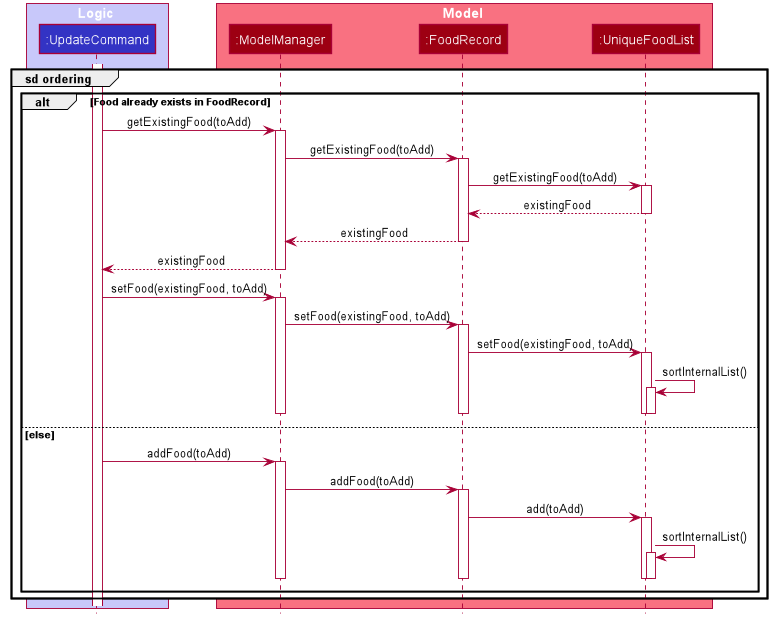
Earlier version of the PlantUML export images/LexicographicalOrderingUpdateSequenceDiagram.png (AY1920S2-CS2103T-F11-1/main). Its diagram source:
```plantuml
@startuml








skinparam BackgroundColor #FFFFFFF

skinparam Shadowing false

skinparam Class {
    FontColor #FFFFFF
    BorderThickness 1
    BorderColor #FFFFFF
    StereotypeFontColor #FFFFFF
    FontName Arial
}

skinparam Actor {
    BorderColor #000000
    Color #000000
    FontName Arial
}

skinparam Sequence {
    MessageAlign center
    BoxFontSize 15
    BoxPadding 0
    BoxFontColor #FFFFFF
    FontName Arial
}

skinparam Participant {
    FontColor #FFFFFFF
    Padding 20
}

skinparam MinClassWidth 50
skinparam ParticipantPadding 10
skinparam Shadowing false
skinparam DefaultTextAlignment center
skinparam packageStyle Rectangle

hide footbox
hide members
hide circle

box Logic #C8C8FA
participant ":UpdateCommand" as UpdateCommand #3333C4
end box

box Model #F97181
participant ":ModelManager" as ModelManager #9D0012
participant ":FoodRecord" as FoodRecord #9D0012
participant ":UniqueFoodList" as UniqueFoodList #9D0012
end box

activate UpdateCommand

group sd ordering

alt Food already exists in FoodRecord

    UpdateCommand -> ModelManager : getExistingFood(toAdd)
    activate ModelManager
    ModelManager -> FoodRecord : getExistingFood(toAdd)
    activate FoodRecord
    FoodRecord -> UniqueFoodList : getExistingFood(toAdd)
    activate UniqueFoodList
    UniqueFoodList --> FoodRecord : existingFood
    deactivate UniqueFoodList
    FoodRecord --> ModelManager : existingFood
    deactivate FoodRecord
    ModelManager --> UpdateCommand : existingFood
    deactivate ModelManager

    UpdateCommand -> ModelManager : setFood(existingFood, toAdd)
    activate ModelManager
    ModelManager -> FoodRecord : setFood(existingFood, toAdd)
    activate FoodRecord
    FoodRecord -> UniqueFoodList : setFood(existingFood, toAdd)
    activate UniqueFoodList
    UniqueFoodList -> UniqueFoodList : sortInternalList()
    activate UniqueFoodList
    deactivate UniqueFoodList
    deactivate UniqueFoodList
    deactivate FoodRecord
    deactivate ModelManager

else else

    UpdateCommand -> ModelManager : addFood(toAdd)
    activate ModelManager
    ModelManager -> FoodRecord : addFood(toAdd)
    activate FoodRecord
    FoodRecord -> UniqueFoodList : add(toAdd)
    activate UniqueFoodList
    UniqueFoodList -> UniqueFoodList : sortInternalList()
    activate UniqueFoodList
    deactivate UniqueFoodList
    deactivate UniqueFoodList
    deactivate FoodRecord
    deactivate ModelManager

end

end
@enduml
```
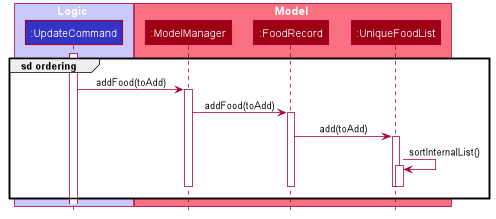
After the commit.

Change to the diagram source:
```diff
@@ -1,4 +1,5 @@
 @startuml
+
 
 
 
@@ -62,35 +63,6 @@
 
 group sd ordering
 
-alt Food already exists in FoodRecord
-
-    UpdateCommand -> ModelManager : getExistingFood(toAdd)
-    activate ModelManager
-    ModelManager -> FoodRecord : getExistingFood(toAdd)
-    activate FoodRecord
-    FoodRecord -> UniqueFoodList : getExistingFood(toAdd)
-    activate UniqueFoodList
-    UniqueFoodList --> FoodRecord : existingFood
-    deactivate UniqueFoodList
-    FoodRecord --> ModelManager : existingFood
-    deactivate FoodRecord
-    ModelManager --> UpdateCommand : existingFood
-    deactivate ModelManager
-
-    UpdateCommand -> ModelManager : setFood(existingFood, toAdd)
-    activate ModelManager
-    ModelManager -> FoodRecord : setFood(existingFood, toAdd)
-    activate FoodRecord
-    FoodRecord -> UniqueFoodList : setFood(existingFood, toAdd)
-    activate UniqueFoodList
-    UniqueFoodList -> UniqueFoodList : sortInternalList()
-    activate UniqueFoodList
-    deactivate UniqueFoodList
-    deactivate UniqueFoodList
-    deactivate FoodRecord
-    deactivate ModelManager
-
-else else
 
     UpdateCommand -> ModelManager : addFood(toAdd)
     activate ModelManager
@@ -105,7 +77,6 @@
     deactivate FoodRecord
     deactivate ModelManager
 
-end
 
 end
 @enduml
```
